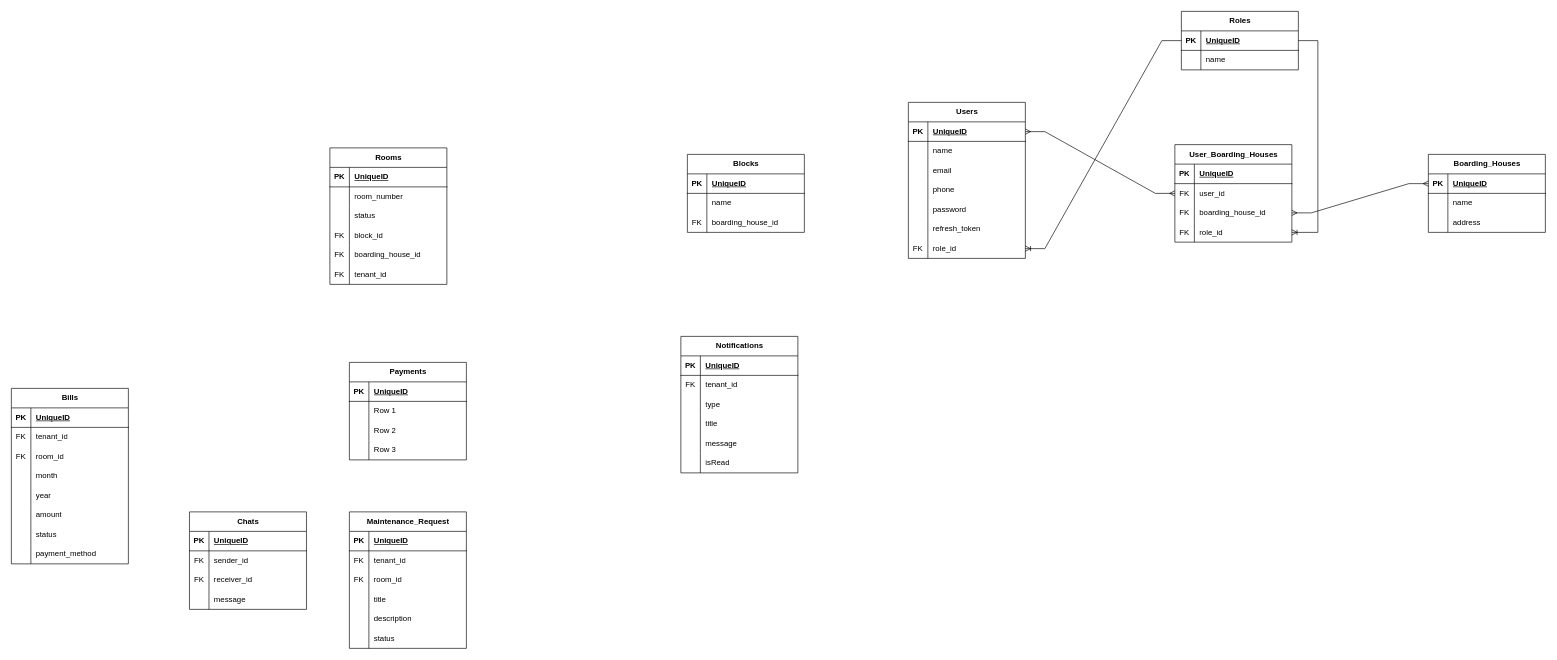
danurrizad/NexKos keeps this draw.io diagram as page "ERD" (2 of 2) of flow/Flow NexKos.drawio.xml. Above is the earlier version. Source tidied: cells renumbered, new cells numbered last; positions are measured from the earlier drawing's top-left corner, leaving out a move shared by most shapes. Both pictures are drawn from the tidied source at 65%, with x=0, y=0 at pixel (11, 11).
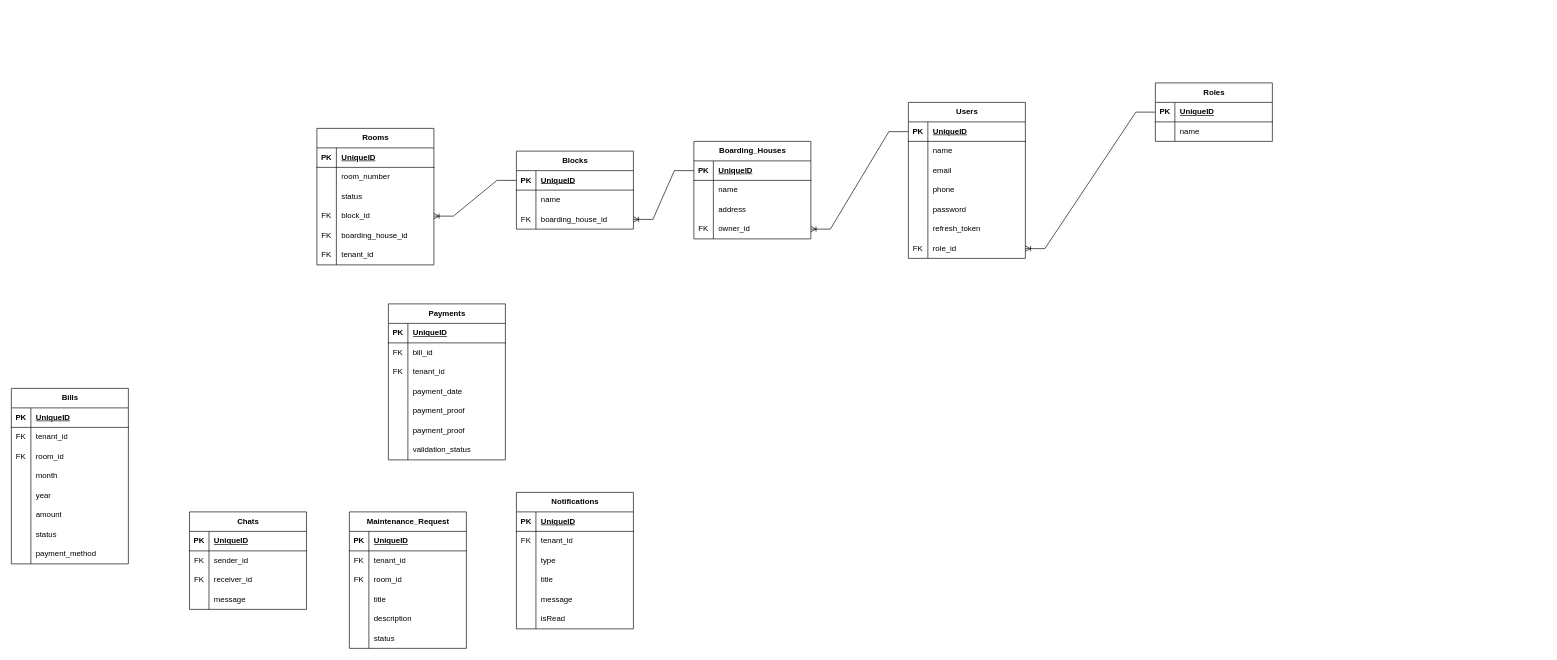
Above is the later version.

Unchanged cells that the change refers to:
```xml
<mxCell id="3" style="shape=tableRow;horizontal=0;startSize=0;swimlaneHead=0;swimlaneBody=0;fillColor=none;points=[[0,0.5],[1,0.5]];portConstraint=eastwest;top=0;left=0;right=0;bottom=1;" parent="2" vertex="1">
  <mxGeometry y="30" width="180" height="30" as="geometry" />
</mxCell>
<mxCell id="34" style="shape=tableRow;horizontal=0;startSize=0;swimlaneHead=0;swimlaneBody=0;fillColor=none;points=[[0,0.5],[1,0.5]];portConstraint=eastwest;top=0;left=0;right=0;bottom=0;" parent="24" vertex="1">
  <mxGeometry y="120" width="180" height="30" as="geometry" />
</mxCell>
<mxCell id="44" style="shape=tableRow;horizontal=0;startSize=0;swimlaneHead=0;swimlaneBody=0;fillColor=none;points=[[0,0.5],[1,0.5]];portConstraint=eastwest;top=0;left=0;right=0;bottom=1;" parent="43" vertex="1">
  <mxGeometry y="30" width="180" height="30" as="geometry" />
</mxCell>
<mxCell id="82" style="shape=tableRow;horizontal=0;startSize=0;swimlaneHead=0;swimlaneBody=0;fillColor=none;top=0;left=0;right=0;bottom=0;" parent="78" vertex="1">
  <mxGeometry y="60" width="180" height="30" as="geometry" />
</mxCell>
<mxCell id="85" style="shape=tableRow;horizontal=0;startSize=0;swimlaneHead=0;swimlaneBody=0;fillColor=none;top=0;left=0;right=0;bottom=0;" parent="78" vertex="1">
  <mxGeometry y="90" width="180" height="30" as="geometry" />
</mxCell>
<mxCell id="88" style="shape=tableRow;horizontal=0;startSize=0;swimlaneHead=0;swimlaneBody=0;fillColor=none;top=0;left=0;right=0;bottom=0;" parent="78" vertex="1">
  <mxGeometry y="120" width="180" height="30" as="geometry" />
</mxCell>
<mxCell id="143" style="shape=tableRow;horizontal=0;startSize=0;swimlaneHead=0;swimlaneBody=0;fillColor=none;points=[[0,0.5],[1,0.5]];portConstraint=eastwest;top=0;left=0;right=0;bottom=1;" parent="142" vertex="1">
  <mxGeometry y="30" width="180" height="30" as="geometry" />
</mxCell>
<mxCell id="150" style="shape=tableRow;horizontal=0;startSize=0;swimlaneHead=0;swimlaneBody=0;fillColor=none;points=[[0,0.5],[1,0.5]];portConstraint=eastwest;top=0;left=0;right=0;bottom=1;" parent="149" vertex="1">
  <mxGeometry y="30" width="180" height="30" as="geometry" />
</mxCell>
<mxCell id="156" style="shape=tableRow;horizontal=0;startSize=0;swimlaneHead=0;swimlaneBody=0;fillColor=none;points=[[0,0.5],[1,0.5]];portConstraint=eastwest;top=0;left=0;right=0;bottom=0;" parent="149" vertex="1">
  <mxGeometry y="90" width="180" height="30" as="geometry" />
</mxCell>
```

What changed in the source:
```diff
@@
     <mxCell id="24" value="Rooms" style="shape=table;startSize=30;childLayout=tableLayout;rowLines=0;fontStyle=1;align=center;html=1;" parent="1" vertex="1">
-      <mxGeometry x="490" y="210" width="180" height="210" as="geometry" />
+      <mxGeometry x="470" y="180" width="180" height="210" as="geometry" />
     </mxCell>
@@
     <mxCell id="43" value="Boarding_Houses" style="shape=table;startSize=30;childLayout=tableLayout;rowLines=0;fontStyle=1;align=center;html=1;" parent="1" vertex="1">
-      <mxGeometry x="2180" y="220" width="180" height="120" as="geometry" />
+      <mxGeometry x="1050" y="200" width="180" height="150" as="geometry" />
     </mxCell>
@@
+    <mxCell id="169" style="shape=tableRow;horizontal=0;startSize=0;swimlaneHead=0;swimlaneBody=0;fillColor=none;points=[[0,0.5],[1,0.5]];portConstraint=eastwest;top=0;left=0;right=0;bottom=0;" parent="43" vertex="1">
+      <mxGeometry y="120" width="180" height="30" as="geometry" />
+    </mxCell>
+    <mxCell id="176" value="FK" style="shape=partialRectangle;fillColor=none;top=0;left=0;bottom=0;right=0;overflow=hidden;whiteSpace=wrap;html=1;" parent="169" vertex="1">
+      <mxGeometry width="30" height="30" as="geometry" />
+    </mxCell>
+    <mxCell id="177" value="owner_id" style="shape=partialRectangle;fillColor=none;top=0;left=0;bottom=0;right=0;align=left;spacingLeft=6;overflow=hidden;whiteSpace=wrap;html=1;" parent="169" vertex="1">
+      <mxGeometry x="30" width="150" height="30" as="geometry" />
+    </mxCell>
@@
     <mxCell id="78" value="Payments" style="shape=table;startSize=30;childLayout=tableLayout;rowLines=0;fontStyle=1;align=center;html=1;" parent="1" vertex="1">
-      <mxGeometry x="520" y="540" width="180" height="150" as="geometry" />
+      <mxGeometry x="580" y="450" width="180" height="240" as="geometry" />
     </mxCell>
@@
-    <mxCell id="83" style="shape=partialRectangle;fillColor=none;top=0;left=0;bottom=0;right=0;overflow=hidden;whiteSpace=wrap;html=1;" parent="82" vertex="1">
+    <mxCell id="83" value="FK" style="shape=partialRectangle;fillColor=none;top=0;left=0;bottom=0;right=0;overflow=hidden;whiteSpace=wrap;html=1;" parent="82" vertex="1">
       <mxGeometry width="30" height="30" as="geometry" />
     </mxCell>
-    <mxCell id="84" value="Row 1" style="shape=partialRectangle;fillColor=none;top=0;left=0;bottom=0;right=0;align=left;spacingLeft=6;overflow=hidden;whiteSpace=wrap;html=1;" parent="82" vertex="1">
+    <mxCell id="84" value="bill_id" style="shape=partialRectangle;fillColor=none;top=0;left=0;bottom=0;right=0;align=left;spacingLeft=6;overflow=hidden;whiteSpace=wrap;html=1;" parent="82" vertex="1">
       <mxGeometry x="30" width="150" height="30" as="geometry" />
     </mxCell>
@@
-    <mxCell id="86" style="shape=partialRectangle;fillColor=none;top=0;left=0;bottom=0;right=0;overflow=hidden;whiteSpace=wrap;html=1;" parent="85" vertex="1">
+    <mxCell id="86" value="FK" style="shape=partialRectangle;fillColor=none;top=0;left=0;bottom=0;right=0;overflow=hidden;whiteSpace=wrap;html=1;" parent="85" vertex="1">
       <mxGeometry width="30" height="30" as="geometry" />
     </mxCell>
-    <mxCell id="87" value="Row 2" style="shape=partialRectangle;fillColor=none;top=0;left=0;bottom=0;right=0;align=left;spacingLeft=6;overflow=hidden;whiteSpace=wrap;html=1;" parent="85" vertex="1">
+    <mxCell id="87" value="tenant_id" style="shape=partialRectangle;fillColor=none;top=0;left=0;bottom=0;right=0;align=left;spacingLeft=6;overflow=hidden;whiteSpace=wrap;html=1;" parent="85" vertex="1">
       <mxGeometry x="30" width="150" height="30" as="geometry" />
     </mxCell>
@@
-    <mxCell id="90" value="Row 3" style="shape=partialRectangle;fillColor=none;top=0;left=0;bottom=0;right=0;align=left;spacingLeft=6;overflow=hidden;whiteSpace=wrap;html=1;" parent="88" vertex="1">
+    <mxCell id="90" value="payment_date" style="shape=partialRectangle;fillColor=none;top=0;left=0;bottom=0;right=0;align=left;spacingLeft=6;overflow=hidden;whiteSpace=wrap;html=1;" parent="88" vertex="1">
       <mxGeometry x="30" width="150" height="30" as="geometry" />
     </mxCell>
+    <mxCell id="178" style="shape=tableRow;horizontal=0;startSize=0;swimlaneHead=0;swimlaneBody=0;fillColor=none;top=0;left=0;right=0;bottom=0;" parent="78" vertex="1">
+      <mxGeometry y="150" width="180" height="30" as="geometry" />
+    </mxCell>
+    <mxCell id="179" style="shape=partialRectangle;fillColor=none;top=0;left=0;bottom=0;right=0;overflow=hidden;whiteSpace=wrap;html=1;" parent="178" vertex="1">
+      <mxGeometry width="30" height="30" as="geometry" />
+    </mxCell>
+    <mxCell id="180" value="payment_proof" style="shape=partialRectangle;fillColor=none;top=0;left=0;bottom=0;right=0;align=left;spacingLeft=6;overflow=hidden;whiteSpace=wrap;html=1;" parent="178" vertex="1">
+      <mxGeometry x="30" width="150" height="30" as="geometry" />
+    </mxCell>
+    <mxCell id="181" style="shape=tableRow;horizontal=0;startSize=0;swimlaneHead=0;swimlaneBody=0;fillColor=none;top=0;left=0;right=0;bottom=0;" parent="78" vertex="1">
+      <mxGeometry y="180" width="180" height="30" as="geometry" />
+    </mxCell>
+    <mxCell id="182" style="shape=partialRectangle;fillColor=none;top=0;left=0;bottom=0;right=0;overflow=hidden;whiteSpace=wrap;html=1;" parent="181" vertex="1">
+      <mxGeometry width="30" height="30" as="geometry" />
+    </mxCell>
+    <mxCell id="183" value="payment_proof" style="shape=partialRectangle;fillColor=none;top=0;left=0;bottom=0;right=0;align=left;spacingLeft=6;overflow=hidden;whiteSpace=wrap;html=1;" parent="181" vertex="1">
+      <mxGeometry x="30" width="150" height="30" as="geometry" />
+    </mxCell>
+    <mxCell id="184" style="shape=tableRow;horizontal=0;startSize=0;swimlaneHead=0;swimlaneBody=0;fillColor=none;top=0;left=0;right=0;bottom=0;" parent="78" vertex="1">
+      <mxGeometry y="210" width="180" height="30" as="geometry" />
+    </mxCell>
+    <mxCell id="185" style="shape=partialRectangle;fillColor=none;top=0;left=0;bottom=0;right=0;overflow=hidden;whiteSpace=wrap;html=1;" parent="184" vertex="1">
+      <mxGeometry width="30" height="30" as="geometry" />
+    </mxCell>
+    <mxCell id="186" value="validation_status" style="shape=partialRectangle;fillColor=none;top=0;left=0;bottom=0;right=0;align=left;spacingLeft=6;overflow=hidden;whiteSpace=wrap;html=1;" parent="184" vertex="1">
+      <mxGeometry x="30" width="150" height="30" as="geometry" />
+    </mxCell>
     <mxCell id="91" value="Notifications" style="shape=table;startSize=30;childLayout=tableLayout;rowLines=0;fontStyle=1;align=center;html=1;" parent="1" vertex="1">
-      <mxGeometry x="1030" y="500" width="180" height="210" as="geometry" />
+      <mxGeometry x="777" y="740" width="180" height="210" as="geometry" />
     </mxCell>
@@
     <mxCell id="142" value="Roles" style="shape=table;startSize=30;childLayout=tableLayout;rowLines=0;fontStyle=1;align=center;html=1;" parent="1" vertex="1">
-      <mxGeometry x="1800" width="180" height="90" as="geometry" />
+      <mxGeometry x="1760" y="110" width="180" height="90" as="geometry" />
     </mxCell>
@@
     <mxCell id="149" value="Blocks" style="shape=table;startSize=30;childLayout=tableLayout;rowLines=0;fontStyle=1;align=center;html=1;" parent="1" vertex="1">
-      <mxGeometry x="1040" y="220" width="180" height="120" as="geometry" />
+      <mxGeometry x="777" y="215" width="180" height="120" as="geometry" />
     </mxCell>
@@
-    <mxCell id="159" value="User_Boarding_Houses" style="shape=table;startSize=30;childLayout=tableLayout;rowLines=0;fontStyle=1;align=center;html=1;" parent="1" vertex="1">
-      <mxGeometry x="1790" y="205" width="180" height="150" as="geometry" />
-    </mxCell>
-    <mxCell id="160" style="shape=tableRow;horizontal=0;startSize=0;swimlaneHead=0;swimlaneBody=0;fillColor=none;top=0;left=0;right=0;bottom=1;" parent="159" vertex="1">
-      <mxGeometry y="30" width="180" height="30" as="geometry" />
-    </mxCell>
-    <mxCell id="161" value="PK" style="shape=partialRectangle;fillColor=none;top=0;left=0;bottom=0;right=0;fontStyle=1;overflow=hidden;whiteSpace=wrap;html=1;" parent="160" vertex="1">
-      <mxGeometry width="30" height="30" as="geometry" />
-    </mxCell>
-    <mxCell id="162" value="UniqueID" style="shape=partialRectangle;fillColor=none;top=0;left=0;bottom=0;right=0;align=left;spacingLeft=6;fontStyle=5;overflow=hidden;whiteSpace=wrap;html=1;" parent="160" vertex="1">
-      <mxGeometry x="30" width="150" height="30" as="geometry" />
-    </mxCell>
-    <mxCell id="163" style="shape=tableRow;horizontal=0;startSize=0;swimlaneHead=0;swimlaneBody=0;fillColor=none;points=[[0,0.5],[1,0.5]];portConstraint=eastwest;top=0;left=0;right=0;bottom=0;" parent="159" vertex="1">
-      <mxGeometry y="60" width="180" height="30" as="geometry" />
-    </mxCell>
-    <mxCell id="164" value="FK" style="shape=partialRectangle;fillColor=none;top=0;left=0;bottom=0;right=0;overflow=hidden;whiteSpace=wrap;html=1;" parent="163" vertex="1">
-      <mxGeometry width="30" height="30" as="geometry" />
-    </mxCell>
-    <mxCell id="165" value="user_id" style="shape=partialRectangle;fillColor=none;top=0;left=0;bottom=0;right=0;align=left;spacingLeft=6;overflow=hidden;whiteSpace=wrap;html=1;" parent="163" vertex="1">
-      <mxGeometry x="30" width="150" height="30" as="geometry" />
-    </mxCell>
-    <mxCell id="166" style="shape=tableRow;horizontal=0;startSize=0;swimlaneHead=0;swimlaneBody=0;fillColor=none;points=[[0,0.5],[1,0.5]];portConstraint=eastwest;top=0;left=0;right=0;bottom=0;" parent="159" vertex="1">
-      <mxGeometry y="90" width="180" height="30" as="geometry" />
-    </mxCell>
-    <mxCell id="167" value="FK" style="shape=partialRectangle;fillColor=none;top=0;left=0;bottom=0;right=0;overflow=hidden;whiteSpace=wrap;html=1;" parent="166" vertex="1">
-      <mxGeometry width="30" height="30" as="geometry" />
-    </mxCell>
-    <mxCell id="168" value="boarding_house_id" style="shape=partialRectangle;fillColor=none;top=0;left=0;bottom=0;right=0;align=left;spacingLeft=6;overflow=hidden;whiteSpace=wrap;html=1;" parent="166" vertex="1">
-      <mxGeometry x="30" width="150" height="30" as="geometry" />
-    </mxCell>
-    <mxCell id="169" style="shape=tableRow;horizontal=0;startSize=0;swimlaneHead=0;swimlaneBody=0;fillColor=none;points=[[0,0.5],[1,0.5]];portConstraint=eastwest;top=0;left=0;right=0;bottom=0;" parent="159" vertex="1">
-      <mxGeometry y="120" width="180" height="30" as="geometry" />
-    </mxCell>
-    <mxCell id="170" value="FK" style="shape=partialRectangle;fillColor=none;top=0;left=0;bottom=0;right=0;overflow=hidden;whiteSpace=wrap;html=1;" parent="169" vertex="1">
-      <mxGeometry width="30" height="30" as="geometry" />
-    </mxCell>
-    <mxCell id="171" value="role_id" style="shape=partialRectangle;fillColor=none;top=0;left=0;bottom=0;right=0;align=left;spacingLeft=6;overflow=hidden;whiteSpace=wrap;html=1;" parent="169" vertex="1">
-      <mxGeometry x="30" width="150" height="30" as="geometry" />
-    </mxCell>
-    <mxCell id="172" style="edgeStyle=entityRelationEdgeStyle;fontSize=12;html=1;endArrow=ERmany;startArrow=ERmany;rounded=0;" parent="1" edge="1" source="166" target="44">
-      <mxGeometry relative="1" as="geometry" />
-    </mxCell>
-    <mxCell id="173" style="edgeStyle=entityRelationEdgeStyle;fontSize=12;html=1;endArrow=ERmany;startArrow=ERmany;rounded=0;" parent="1" edge="1" source="3" target="163">
-      <mxGeometry relative="1" as="geometry" />
-    </mxCell>
-    <mxCell id="174" style="edgeStyle=entityRelationEdgeStyle;fontSize=12;html=1;endArrow=ERoneToMany;rounded=0;" parent="1" edge="1" source="143" target="169">
-      <mxGeometry relative="1" as="geometry" />
-    </mxCell>
@@
+    <mxCell id="187" style="edgeStyle=entityRelationEdgeStyle;fontSize=12;html=1;endArrow=ERoneToMany;rounded=0;" parent="1" edge="1" source="3" target="169">
+      <mxGeometry relative="1" as="geometry" />
+    </mxCell>
+    <mxCell id="188" style="edgeStyle=entityRelationEdgeStyle;fontSize=12;html=1;endArrow=ERoneToMany;rounded=0;" parent="1" edge="1" source="44" target="156">
+      <mxGeometry relative="1" as="geometry" />
+    </mxCell>
+    <mxCell id="189" style="edgeStyle=entityRelationEdgeStyle;fontSize=12;html=1;endArrow=ERoneToMany;rounded=0;" parent="1" edge="1" source="150" target="34">
+      <mxGeometry relative="1" as="geometry" />
+    </mxCell>
```
